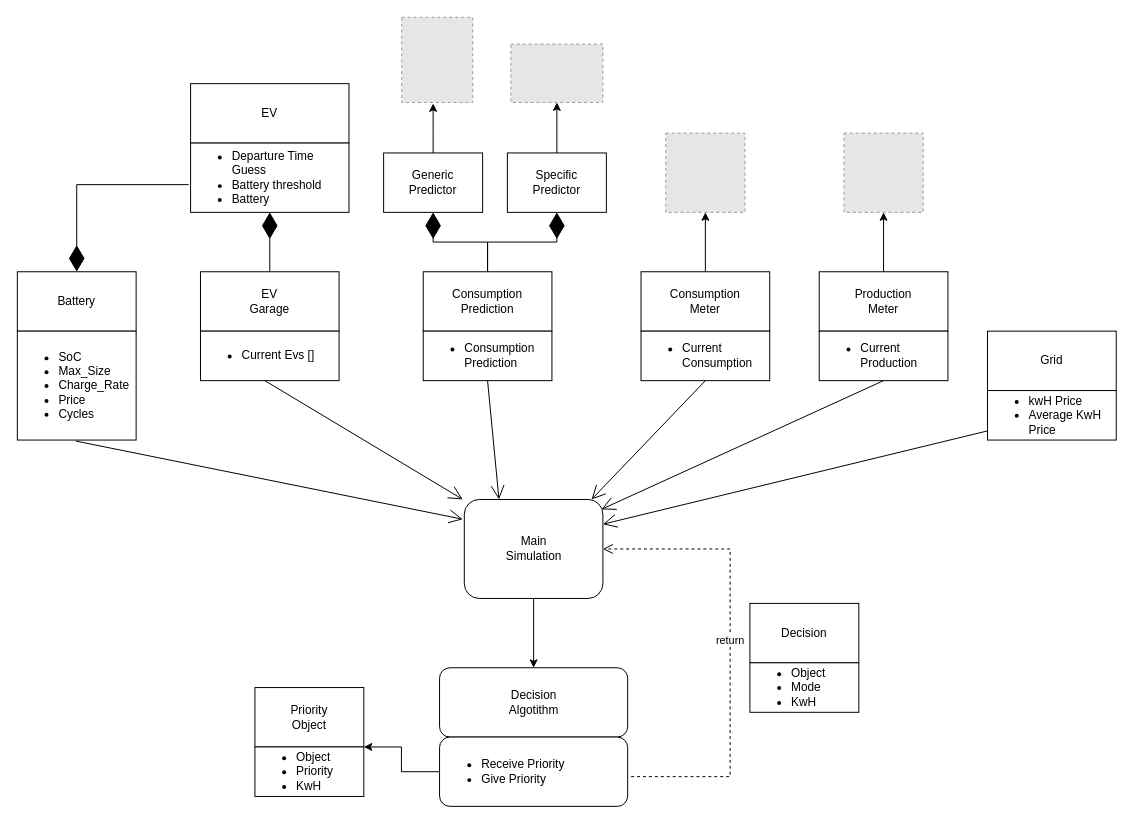
This is page "Page-3" (4 of 6) of tese_Decision_Alg.drawio from joaonpsilva/Tese_Decision_Algorithm, a draw.io file, before an edit. Source tidied: cells renumbered, new cells numbered last; positions are measured from the earlier drawing's top-left corner, leaving out a move shared by most shapes. Both pictures are drawn from the tidied source at 99%, with x=0, y=0 at pixel (17, 17). Pictures stored in the file or linked from it are replaced by grey dashed boxes.
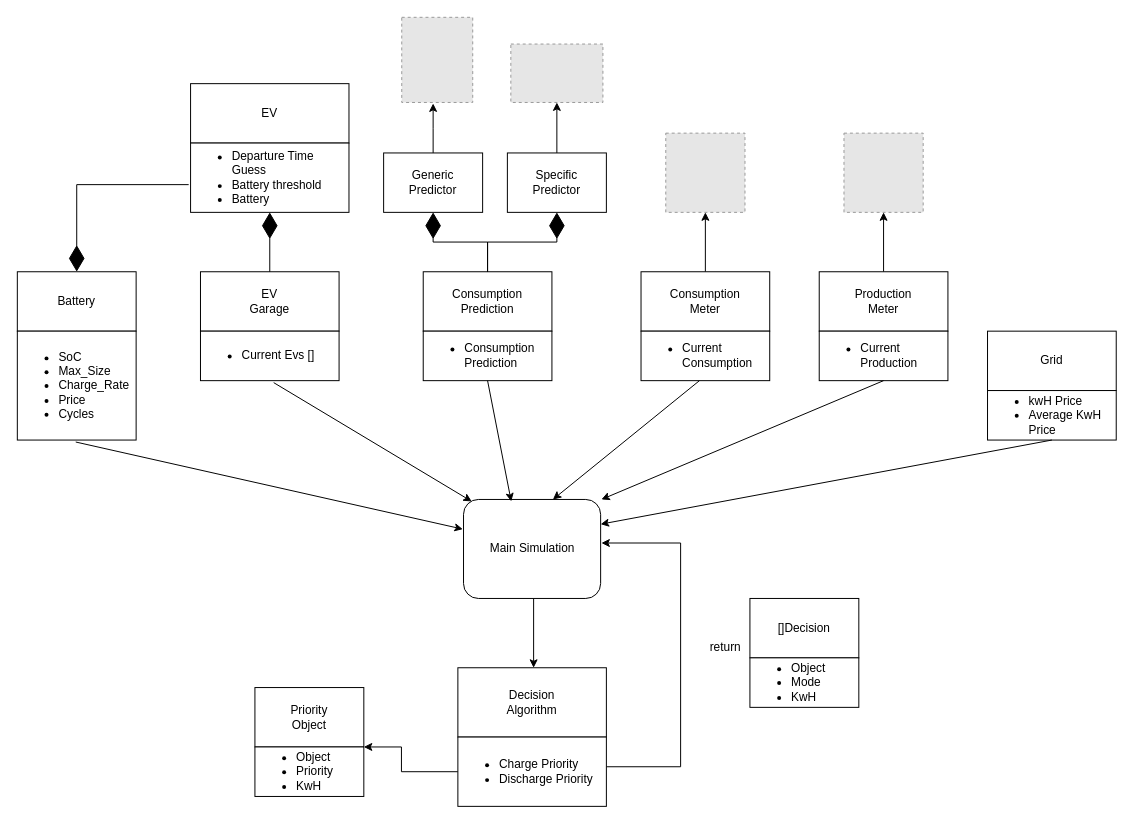
After the change.

The change refers to these unchanged cells:
```xml
<mxCell id="7" value="&lt;ul&gt;&lt;li&gt;SoC&lt;/li&gt;&lt;li&gt;Max_Size&lt;/li&gt;&lt;li&gt;Charge_Rate&lt;/li&gt;&lt;li&gt;Price&lt;/li&gt;&lt;li&gt;Cycles&lt;/li&gt;&lt;/ul&gt;" style="text;html=1;strokeColor=none;fillColor=none;align=left;verticalAlign=middle;whiteSpace=wrap;rounded=0;" parent="1" vertex="1">
  <mxGeometry y="317" width="100" height="110" as="geometry" />
</mxCell>
<mxCell id="10" value="&lt;ul&gt;&lt;li&gt;Consumption Prediction&lt;/li&gt;&lt;/ul&gt;" style="text;html=1;strokeColor=none;fillColor=none;align=left;verticalAlign=middle;whiteSpace=wrap;rounded=0;" parent="1" vertex="1">
  <mxGeometry x="410" y="317" width="130" height="50" as="geometry" />
</mxCell>
<mxCell id="18" value="&lt;ul&gt;&lt;li&gt;Current&amp;nbsp; &amp;nbsp; Consumption&lt;/li&gt;&lt;/ul&gt;" style="text;html=1;strokeColor=none;fillColor=none;align=left;verticalAlign=middle;whiteSpace=wrap;rounded=0;" parent="1" vertex="1">
  <mxGeometry x="630" y="317" width="130" height="50" as="geometry" />
</mxCell>
<mxCell id="21" value="&lt;ul&gt;&lt;li&gt;Current Evs []&lt;/li&gt;&lt;/ul&gt;" style="text;html=1;strokeColor=none;fillColor=none;align=left;verticalAlign=middle;whiteSpace=wrap;rounded=0;" parent="1" vertex="1">
  <mxGeometry x="185" y="317" width="130" height="50" as="geometry" />
</mxCell>
<mxCell id="27" value="&lt;ul&gt;&lt;li&gt;Current Production&lt;/li&gt;&lt;/ul&gt;" style="rounded=0;whiteSpace=wrap;html=1;align=left;" parent="1" vertex="1">
  <mxGeometry x="810" y="317" width="130" height="50" as="geometry" />
</mxCell>
<mxCell id="31" value="&lt;ul&gt;&lt;li&gt;kwH Price&lt;/li&gt;&lt;li&gt;Average KwH Price&lt;/li&gt;&lt;/ul&gt;" style="rounded=0;whiteSpace=wrap;html=1;align=left;" parent="1" vertex="1">
  <mxGeometry x="980" y="377" width="130" height="50" as="geometry" />
</mxCell>
<mxCell id="33" value="&lt;ul&gt;&lt;li&gt;Object&lt;/li&gt;&lt;li&gt;Priority&lt;/li&gt;&lt;li&gt;KwH&lt;/li&gt;&lt;/ul&gt;" style="rounded=0;whiteSpace=wrap;html=1;align=left;" parent="1" vertex="1">
  <mxGeometry x="240" y="737" width="110" height="50" as="geometry" />
</mxCell>
```

Diff of the diagram source:
```diff
@@
-    <mxCell id="2" value="Decision&lt;br&gt;Algotithm" style="rounded=1;whiteSpace=wrap;html=1;" parent="1" vertex="1">
-      <mxGeometry x="426.5" y="657" width="190" height="70" as="geometry" />
-    </mxCell>
-    <mxCell id="3" style="edgeStyle=orthogonalEdgeStyle;rounded=0;jettySize=auto;html=1;entryX=0.5;entryY=0;entryDx=0;entryDy=0;" parent="1" edge="1" source="4" target="2">
-      <mxGeometry relative="1" as="geometry" />
+    <mxCell id="3" style="edgeStyle=orthogonalEdgeStyle;rounded=0;orthogonalLoop=1;jettySize=auto;html=1;entryX=0.5;entryY=0;entryDx=0;entryDy=0;exitX=0.5;exitY=1;exitDx=0;exitDy=0;" parent="1" edge="1">
+      <mxGeometry relative="1" as="geometry">
+        <mxPoint x="521.5" y="587" as="sourcePoint" />
+        <mxPoint x="521.5" y="657" as="targetPoint" />
+      </mxGeometry>
     </mxCell>
-    <mxCell id="4" value="Main&lt;br&gt;Simulation" style="rounded=1;whiteSpace=wrap;html=1;" parent="1" vertex="1">
-      <mxGeometry x="451.5" y="487" width="140" height="100" as="geometry" />
-    </mxCell>
@@
-    <mxCell id="34" value="Decision" style="rounded=0;whiteSpace=wrap;html=1;" parent="1" vertex="1">
-      <mxGeometry x="740" y="592" width="110" height="60" as="geometry" />
+    <mxCell id="34" value="[]Decision" style="rounded=0;whiteSpace=wrap;html=1;" parent="1" vertex="1">
+      <mxGeometry x="740" y="587" width="110" height="60" as="geometry" />
     </mxCell>
     <mxCell id="35" value="&lt;ul&gt;&lt;li&gt;Object&lt;/li&gt;&lt;li&gt;Mode&lt;/li&gt;&lt;li&gt;KwH&lt;/li&gt;&lt;/ul&gt;" style="rounded=0;whiteSpace=wrap;html=1;align=left;" parent="1" vertex="1">
-      <mxGeometry x="740" y="652" width="110" height="50" as="geometry" />
+      <mxGeometry x="740" y="647" width="110" height="50" as="geometry" />
     </mxCell>
@@
-    <mxCell id="42" style="endArrow=open;endFill=1;endSize=12;html=1;rounded=0;exitX=0.59;exitY=1.009;exitDx=0;exitDy=0;exitPerimeter=0;" parent="1" edge="1" source="7">
-      <mxGeometry relative="1" as="geometry">
-        <mxPoint x="450" y="507" as="targetPoint" />
-      </mxGeometry>
-    </mxCell>
-    <mxCell id="43" style="endArrow=open;endFill=1;endSize=12;html=1;rounded=0;exitX=0.5;exitY=1;exitDx=0;exitDy=0;" parent="1" edge="1" source="21">
-      <mxGeometry relative="1" as="geometry">
-        <mxPoint x="450" y="487" as="targetPoint" />
-      </mxGeometry>
-    </mxCell>
+    <mxCell id="48" style="edgeStyle=orthogonalEdgeStyle;rounded=0;jettySize=auto;html=1;entryX=1;entryY=0;entryDx=0;entryDy=0;exitX=0;exitY=0.5;exitDx=0;exitDy=0;" parent="1" edge="1" source="53" target="33">
+      <mxGeometry relative="1" as="geometry">
+        <Array as="points">
+          <mxPoint x="388" y="762" />
+          <mxPoint x="388" y="737" />
+        </Array>
+      </mxGeometry>
+    </mxCell>
+    <mxCell id="50" value="return" style="text;html=1;align=center;verticalAlign=middle;strokeColor=none;fillColor=none;" parent="1" vertex="1">
+      <mxGeometry x="690" y="627" width="50" height="20" as="geometry" />
+    </mxCell>
+    <mxCell id="51" value="Decision&lt;br&gt;Algorithm" style="rounded=0;whiteSpace=wrap;html=1;" parent="1" vertex="1">
+      <mxGeometry x="445" y="657" width="150" height="70" as="geometry" />
+    </mxCell>
+    <mxCell id="52" style="edgeStyle=orthogonalEdgeStyle;rounded=0;jettySize=auto;html=1;" parent="1" edge="1" source="53">
+      <mxGeometry relative="1" as="geometry">
+        <mxPoint x="590" y="531" as="targetPoint" />
+        <Array as="points">
+          <mxPoint x="670" y="757" />
+          <mxPoint x="670" y="531" />
+        </Array>
+      </mxGeometry>
+    </mxCell>
+    <mxCell id="53" value="&lt;ul&gt;&lt;li&gt;Charge Priority&lt;/li&gt;&lt;li&gt;Discharge Priority&lt;/li&gt;&lt;/ul&gt;" style="rounded=0;whiteSpace=wrap;html=1;align=left;" parent="1" vertex="1">
+      <mxGeometry x="445" y="727" width="150" height="70" as="geometry" />
+    </mxCell>
+    <mxCell id="4" value="Main Simulation" style="rounded=1;whiteSpace=wrap;html=1;" parent="1" vertex="1">
+      <mxGeometry x="450.7" y="487" width="138.5" height="100" as="geometry" />
+    </mxCell>
+    <mxCell id="54" style="endArrow=classic;html=1;rounded=0;exitX=0.59;exitY=1.018;exitDx=0;exitDy=0;exitPerimeter=0;" parent="1" edge="1" source="7">
+      <mxGeometry relative="1" as="geometry">
+        <mxPoint x="450" y="517" as="targetPoint" />
+      </mxGeometry>
+    </mxCell>
+    <mxCell id="55" style="endArrow=classic;html=1;rounded=0;exitX=0.569;exitY=1.04;exitDx=0;exitDy=0;exitPerimeter=0;entryX=0.06;entryY=0.02;entryDx=0;entryDy=0;entryPerimeter=0;" parent="1" edge="1" source="21" target="4">
+      <mxGeometry relative="1" as="geometry" />
+    </mxCell>
-    <mxCell id="44" style="endArrow=open;endFill=1;endSize=12;html=1;rounded=0;exitX=0.5;exitY=1;exitDx=0;exitDy=0;entryX=0.25;entryY=0;entryDx=0;entryDy=0;" parent="1" edge="1" source="10" target="4">
+    <mxCell id="44" style="endArrow=classic;html=1;rounded=0;exitX=0.5;exitY=1;exitDx=0;exitDy=0;entryX=0.348;entryY=0.02;entryDx=0;entryDy=0;entryPerimeter=0;" parent="1" edge="1" source="10" target="4">
       <mxGeometry relative="1" as="geometry" />
     </mxCell>
-    <mxCell id="45" style="endArrow=open;endFill=1;endSize=12;html=1;rounded=0;exitX=0.5;exitY=1;exitDx=0;exitDy=0;" parent="1" edge="1" source="18">
-      <mxGeometry relative="1" as="geometry">
-        <mxPoint x="580" y="487" as="targetPoint" />
-      </mxGeometry>
-    </mxCell>
-    <mxCell id="46" style="endArrow=open;endFill=1;endSize=12;html=1;rounded=0;exitX=0.5;exitY=1;exitDx=0;exitDy=0;" parent="1" edge="1" source="27">
-      <mxGeometry relative="1" as="geometry">
-        <mxPoint x="590" y="497" as="targetPoint" />
-      </mxGeometry>
-    </mxCell>
+    <mxCell id="56" style="endArrow=classic;html=1;rounded=0;exitX=0.454;exitY=1;exitDx=0;exitDy=0;exitPerimeter=0;entryX=0.652;entryY=0;entryDx=0;entryDy=0;entryPerimeter=0;" parent="1" edge="1" source="18" target="4">
+      <mxGeometry relative="1" as="geometry" />
+    </mxCell>
+    <mxCell id="57" style="endArrow=classic;html=1;rounded=0;exitX=0.5;exitY=1;exitDx=0;exitDy=0;" parent="1" edge="1" source="27">
+      <mxGeometry relative="1" as="geometry">
+        <mxPoint x="590" y="487" as="targetPoint" />
+      </mxGeometry>
+    </mxCell>
-    <mxCell id="47" style="endArrow=open;endFill=1;endSize=12;html=1;rounded=0;entryX=1;entryY=0.25;entryDx=0;entryDy=0;" parent="1" edge="1" source="31" target="4">
+    <mxCell id="47" style="endArrow=classic;html=1;rounded=0;exitX=0.5;exitY=1;exitDx=0;exitDy=0;entryX=1;entryY=0.25;entryDx=0;entryDy=0;" parent="1" edge="1" source="31" target="4">
       <mxGeometry relative="1" as="geometry" />
     </mxCell>
-    <mxCell id="48" style="edgeStyle=orthogonalEdgeStyle;rounded=0;jettySize=auto;html=1;entryX=1;entryY=0;entryDx=0;entryDy=0;" parent="1" edge="1" source="49" target="33">
-      <mxGeometry relative="1" as="geometry">
-        <Array as="points">
-          <mxPoint x="388" y="762" />
-          <mxPoint x="388" y="737" />
-        </Array>
-      </mxGeometry>
-    </mxCell>
-    <mxCell id="49" value="&lt;ul&gt;&lt;li&gt;Receive Priority&lt;/li&gt;&lt;li&gt;Give Priority&lt;/li&gt;&lt;/ul&gt;" style="rounded=1;whiteSpace=wrap;html=1;align=left;" parent="1" vertex="1">
-      <mxGeometry x="426.5" y="727" width="190" height="70" as="geometry" />
-    </mxCell>
-    <mxCell id="50" value="return" style="html=1;verticalAlign=bottom;endArrow=open;dashed=1;endSize=8;rounded=0;entryX=1;entryY=0.5;entryDx=0;entryDy=0;" parent="1" edge="1" target="4">
-      <mxGeometry relative="1" as="geometry">
-        <mxPoint x="620" y="767" as="sourcePoint" />
-        <Array as="points">
-          <mxPoint x="720" y="767" />
-          <mxPoint x="720" y="537" />
-        </Array>
-      </mxGeometry>
-    </mxCell>
```
